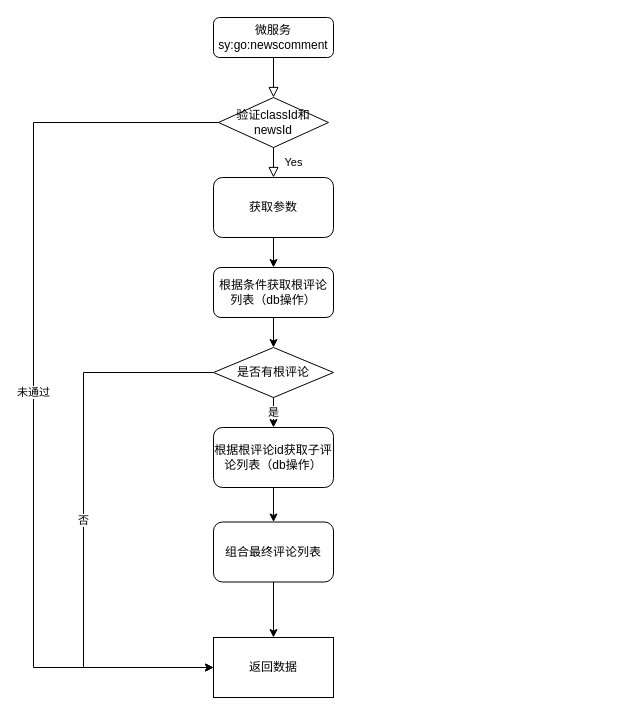
This is Untitled Diagram.drawio from ljkrock/WeUI-Simple-Guide, a draw.io file, before an edit. Source tidied: cells renumbered, new cells numbered last; positions are measured from the earlier drawing's top-left corner, leaving out a move shared by most shapes. Both pictures are drawn from the tidied source at 100%, with x=0, y=0 at pixel (33, 17).
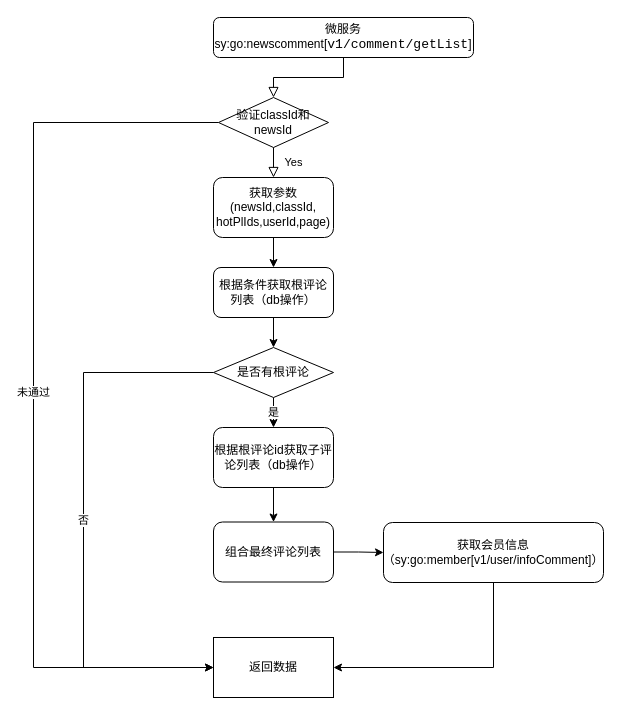
Above is the later version.

The change refers to these unchanged cells:
```xml
<mxCell id="17" value="组合最终评论列表" style="rounded=1;whiteSpace=wrap;html=1;" parent="1" vertex="1">
  <mxGeometry x="180" y="504.5" width="120" height="60" as="geometry" />
</mxCell>
<mxCell id="18" value="返回数据" style="rounded=0;whiteSpace=wrap;html=1;" parent="1" vertex="1">
  <mxGeometry x="180" y="620" width="120" height="60" as="geometry" />
</mxCell>
```

The edit, as a diff of the source:
```diff
@@
-    <mxCell id="3" value="微服务sy:go:newscomment&lt;br&gt;" style="rounded=1;whiteSpace=wrap;html=1;fontSize=12;glass=0;strokeWidth=1;shadow=0;" parent="1" vertex="1">
-      <mxGeometry x="180" width="120" height="40" as="geometry" />
+    <mxCell id="3" value="&lt;span style=&quot;background-color: rgb(255 , 255 , 255)&quot;&gt;微服务sy:go:newscomment[&lt;span style=&quot;font-family: &amp;#34;consolas&amp;#34; ; font-size: 9.8pt&quot;&gt;v1/comment/getList&lt;/span&gt;]&lt;/span&gt;" style="rounded=1;whiteSpace=wrap;html=1;fontSize=12;glass=0;strokeWidth=1;shadow=0;" parent="1" vertex="1">
+      <mxGeometry x="180" width="260" height="40" as="geometry" />
     </mxCell>
@@
-    <mxCell id="7" value="获取参数" style="rounded=1;whiteSpace=wrap;html=1;" parent="1" vertex="1">
+    <mxCell id="7" value="获取参数(newsId,classId,&lt;br&gt;hotPlIds,userId,page)" style="rounded=1;whiteSpace=wrap;html=1;" parent="1" vertex="1">
       <mxGeometry x="180" y="160" width="120" height="60" as="geometry" />
     </mxCell>
@@
-    <mxCell id="16" style="edgeStyle=orthogonalEdgeStyle;rounded=0;jettySize=auto;html=1;entryX=0.5;entryY=0;entryDx=0;entryDy=0;" parent="1" edge="1" source="17" target="18">
-      <mxGeometry relative="1" as="geometry" />
-    </mxCell>
+    <mxCell id="19" style="edgeStyle=orthogonalEdgeStyle;rounded=0;jettySize=auto;html=1;entryX=0;entryY=0.5;entryDx=0;entryDy=0;" parent="1" edge="1" source="17" target="21">
+      <mxGeometry relative="1" as="geometry" />
+    </mxCell>
@@
+    <mxCell id="20" style="edgeStyle=orthogonalEdgeStyle;rounded=0;jettySize=auto;html=1;" parent="1" edge="1" source="21" target="18">
+      <mxGeometry relative="1" as="geometry">
+        <Array as="points">
+          <mxPoint x="460" y="650" />
+        </Array>
+      </mxGeometry>
+    </mxCell>
+    <mxCell id="21" value="获取会员信息（sy:go:member[v1/user/infoComment]）" style="rounded=1;whiteSpace=wrap;html=1;" parent="1" vertex="1">
+      <mxGeometry x="350" y="505" width="220" height="60" as="geometry" />
+    </mxCell>
```
